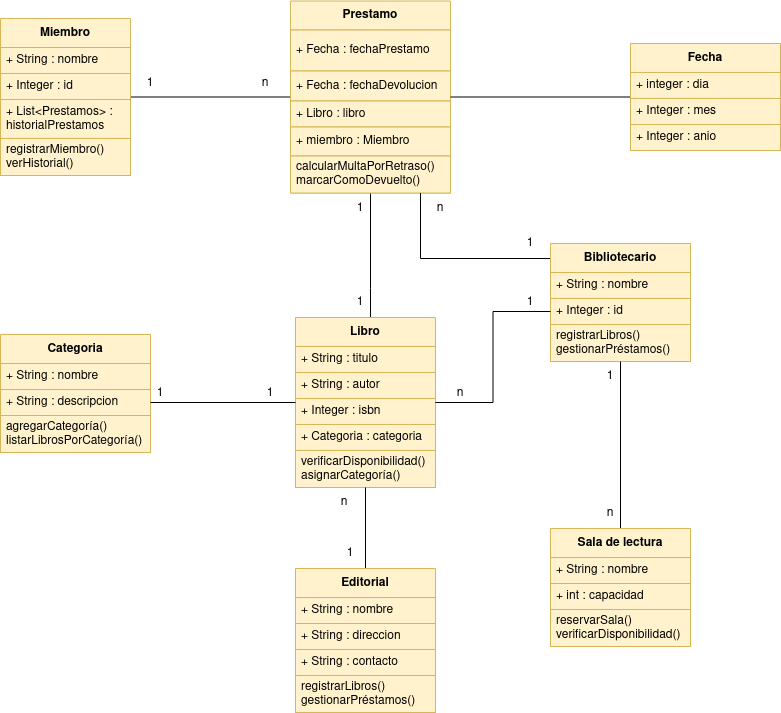
alejandrosalazargonzalez/asociacion keeps this draw.io diagram as Sistema de Gestión de Bibliotecas.png. Above is the earlier version. Source tidied: cells renumbered, new cells last; positions are measured from the earlier drawing's top-left corner, leaving out a move shared by most shapes.
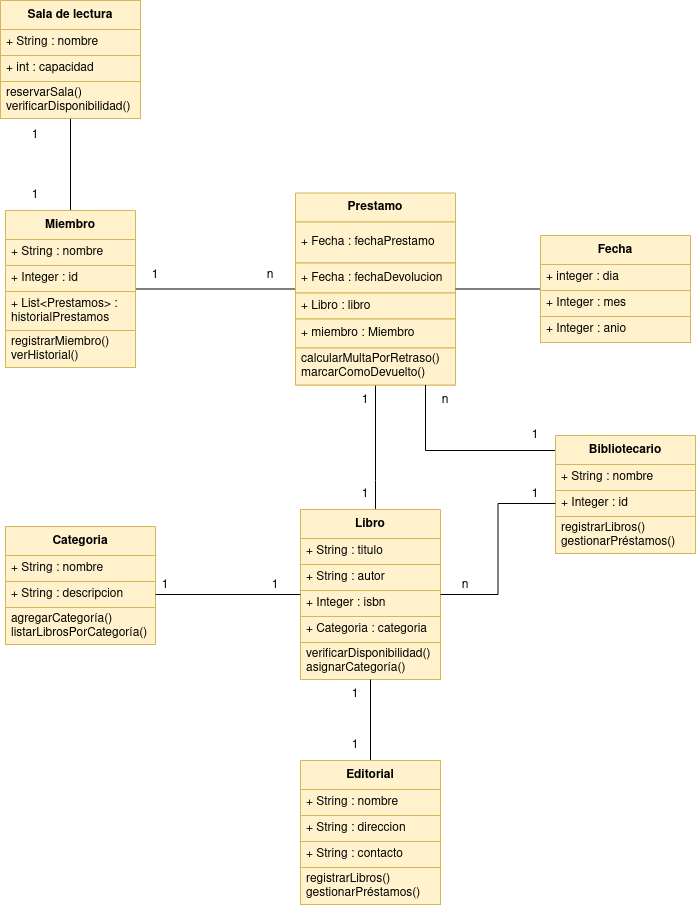
After the commit.

Diff of the diagram source:
```diff
@@ -31,6 +31,9 @@
     <mxCell id="9" style="edgeStyle=orthogonalEdgeStyle;rounded=0;jettySize=auto;html=1;endArrow=none;endFill=0;verticalAlign=middle;" parent="1" edge="1" source="10" target="15">
       <mxGeometry relative="1" as="geometry" />
     </mxCell>
+    <mxCell id="62" style="edgeStyle=orthogonalEdgeStyle;rounded=0;jettySize=auto;html=1;endArrow=none;endFill=0;" parent="1" edge="1" source="10" target="54">
+      <mxGeometry relative="1" as="geometry" />
+    </mxCell>
     <mxCell id="10" value="Miembro" style="swimlane;fontStyle=1;align=center;verticalAlign=middle;horizontal=1;startSize=29;html=1;whiteSpace=wrap;fillColor=#fff2cc;strokeColor=#d6b656;" parent="1" vertex="1">
       <mxGeometry y="18" width="130" height="157" as="geometry" />
     </mxCell>
@@ -68,7 +71,7 @@
       <mxGeometry relative="1" as="geometry" />
     </mxCell>
     <mxCell id="22" value="Fecha" style="swimlane;fontStyle=1;align=center;verticalAlign=middle;horizontal=1;startSize=29;html=1;whiteSpace=wrap;fillColor=#fff2cc;strokeColor=#d6b656;" parent="1" vertex="1">
-      <mxGeometry x="630" y="43" width="150" height="107" as="geometry" />
+      <mxGeometry x="535" y="43" width="150" height="107" as="geometry" />
     </mxCell>
     <mxCell id="23" value="+ integer : dia" style="text;strokeColor=#d6b656;fillColor=#fff2cc;align=left;verticalAlign=middle;spacingLeft=4;spacingRight=4;overflow=hidden;whiteSpace=wrap;html=1;" parent="22" vertex="1">
       <mxGeometry y="29" width="150" height="26" as="geometry" />
@@ -164,11 +167,8 @@
     <mxCell id="52" value="&lt;div&gt;registrarLibros()&lt;/div&gt;&lt;div&gt;gestionarPréstamos()&lt;br&gt;&lt;/div&gt;" style="text;strokeColor=#d6b656;fillColor=#fff2cc;align=left;verticalAlign=middle;spacingLeft=4;spacingRight=4;overflow=hidden;whiteSpace=wrap;html=1;" parent="48" vertex="1">
       <mxGeometry y="107" width="140" height="37" as="geometry" />
     </mxCell>
-    <mxCell id="53" style="edgeStyle=orthogonalEdgeStyle;rounded=0;jettySize=auto;html=1;endArrow=none;endFill=0;" parent="1" edge="1" source="54" target="27">
-      <mxGeometry relative="1" as="geometry" />
-    </mxCell>
     <mxCell id="54" value="Sala de lectura" style="swimlane;fontStyle=1;align=center;verticalAlign=middle;horizontal=1;startSize=29;html=1;whiteSpace=wrap;fillColor=#fff2cc;strokeColor=#d6b656;" parent="1" vertex="1">
-      <mxGeometry x="550" y="528" width="140" height="118" as="geometry" />
+      <mxGeometry x="-5" y="-192" width="140" height="118" as="geometry" />
     </mxCell>
     <mxCell id="55" value="+ String : nombre" style="text;strokeColor=#d6b656;fillColor=#fff2cc;align=left;verticalAlign=middle;spacingLeft=4;spacingRight=4;overflow=hidden;whiteSpace=wrap;html=1;" parent="54" vertex="1">
       <mxGeometry y="29" width="140" height="26" as="geometry" />
@@ -183,13 +183,13 @@
       <mxGeometry x="320" y="538" width="60" height="30" as="geometry" />
     </mxCell>
     <mxCell id="59" value="1" style="text;html=1;align=center;verticalAlign=middle;whiteSpace=wrap;rounded=0;" parent="1" vertex="1">
-      <mxGeometry x="580" y="361" width="60" height="30" as="geometry" />
+      <mxGeometry y="-72" width="60" height="30" as="geometry" />
     </mxCell>
-    <mxCell id="60" value="n" style="text;html=1;align=center;verticalAlign=middle;whiteSpace=wrap;rounded=0;" parent="1" vertex="1">
-      <mxGeometry x="580" y="498" width="60" height="30" as="geometry" />
+    <mxCell id="60" value="1" style="text;html=1;align=center;verticalAlign=middle;whiteSpace=wrap;rounded=0;" parent="1" vertex="1">
+      <mxGeometry y="-12" width="60" height="30" as="geometry" />
     </mxCell>
-    <mxCell id="61" value="n" style="text;html=1;align=center;verticalAlign=middle;whiteSpace=wrap;rounded=0;" parent="1" vertex="1">
-      <mxGeometry x="314" y="487" width="60" height="30" as="geometry" />
+    <mxCell id="61" value="1" style="text;html=1;align=center;verticalAlign=middle;whiteSpace=wrap;rounded=0;" parent="1" vertex="1">
+      <mxGeometry x="320" y="487" width="60" height="30" as="geometry" />
     </mxCell>
   </root>
 </mxGraphModel>
```
